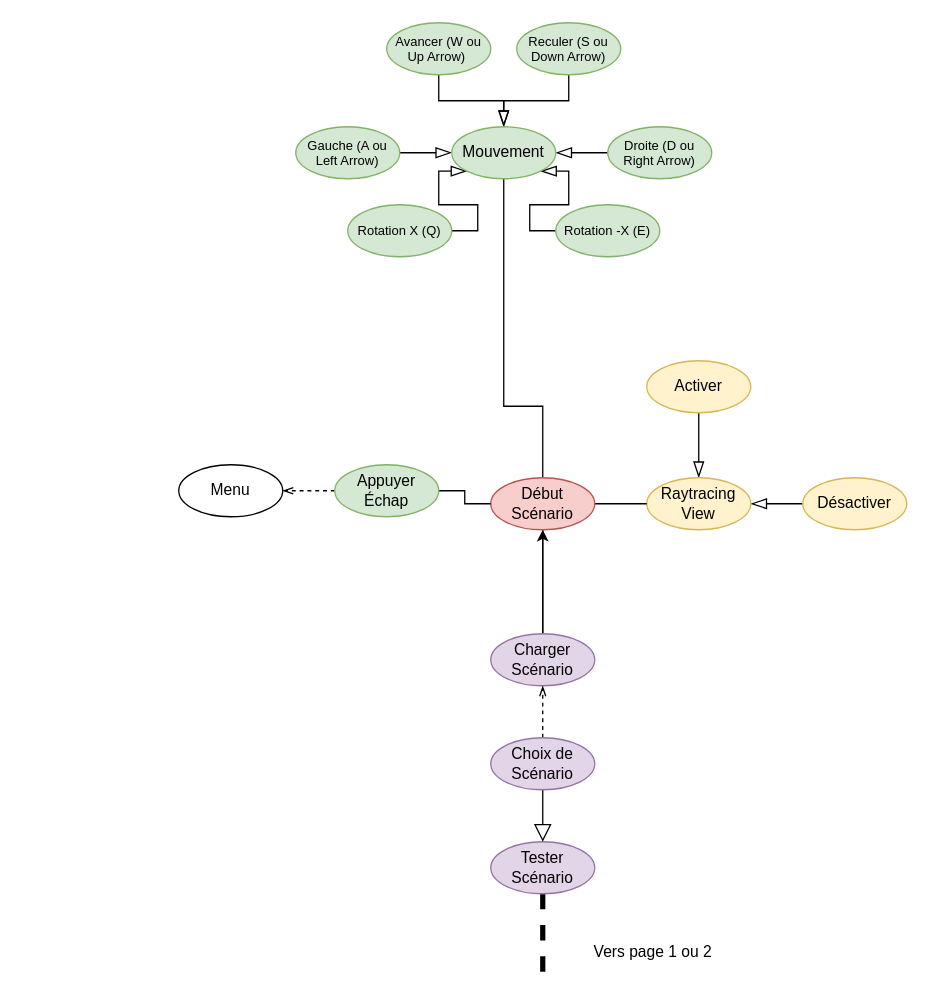
Above: doc/UML/draw_format/UML_simulation_mode.drawio in Cemecla/Acoustic-Tracing (draw.io), before the change. Source tidied: cells renumbered, new cells numbered last; positions are measured from the earlier drawing's top-left corner, leaving out a move shared by most shapes. Both pictures are drawn from the tidied source at 130%, with x=0, y=0 at pixel (178, 22).
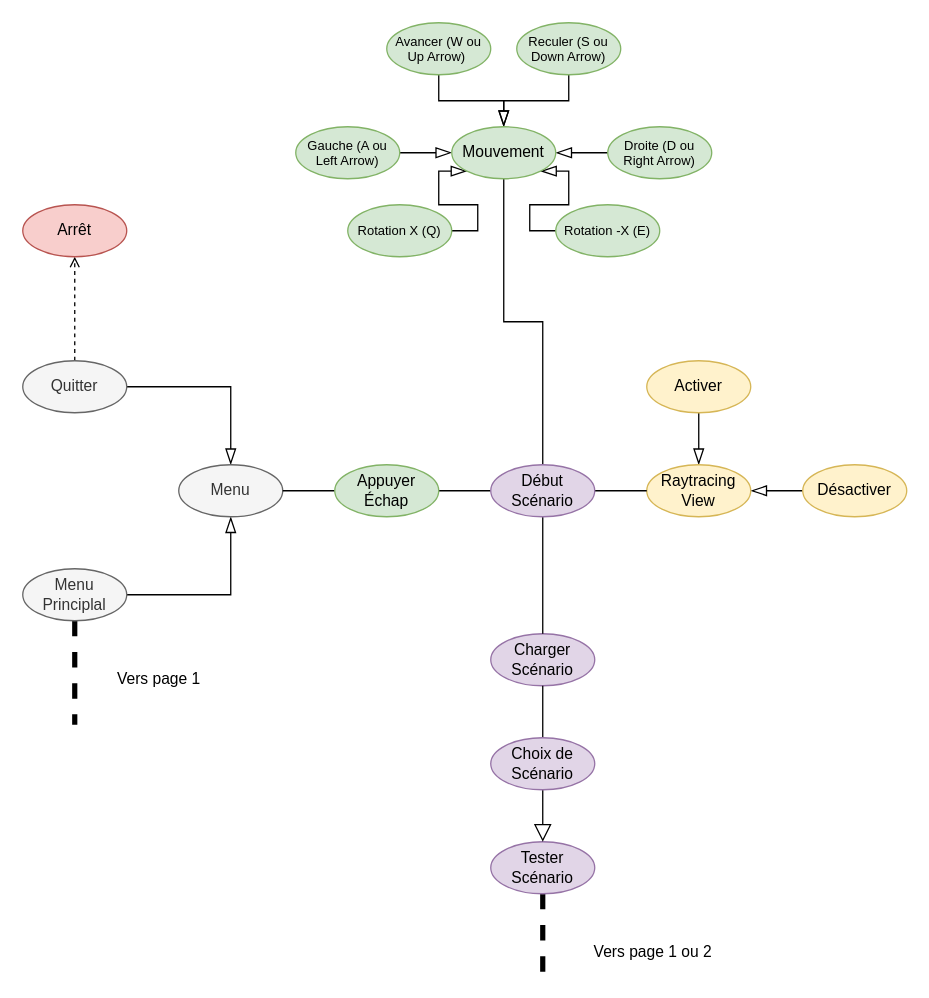
The same page after the edit.

The change refers to these unchanged cells:
```xml
<mxCell id="6" value="Charger Scénario" style="ellipse;whiteSpace=wrap;html=1;fillColor=#e1d5e7;strokeColor=#9673a6;" parent="1" vertex="1">
  <mxGeometry x="240" y="470" width="80" height="40" as="geometry" />
</mxCell>
<mxCell id="14" value="Mouvement" style="ellipse;whiteSpace=wrap;html=1;fillColor=#d5e8d4;strokeColor=#82b366;" parent="1" vertex="1">
  <mxGeometry x="210" y="80" width="80" height="40" as="geometry" />
</mxCell>
<mxCell id="20" value="Choix de Scénario" style="ellipse;whiteSpace=wrap;html=1;fillColor=#e1d5e7;strokeColor=#9673a6;" parent="1" vertex="1">
  <mxGeometry x="240" y="550" width="80" height="40" as="geometry" />
</mxCell>
<mxCell id="32" value="Appuyer Échap" style="ellipse;whiteSpace=wrap;html=1;fillColor=#d5e8d4;strokeColor=#82b366;" parent="1" vertex="1">
  <mxGeometry x="120" y="340" width="80" height="40" as="geometry" />
</mxCell>
```

What changed in the source:
```diff
@@
-    <mxCell id="4" style="edgeStyle=orthogonalEdgeStyle;rounded=0;jettySize=auto;html=1;endArrow=none;startFill=0;" parent="1" edge="1" source="6" target="14">
+    <mxCell id="4" style="edgeStyle=orthogonalEdgeStyle;rounded=0;jettySize=auto;html=1;endArrow=none;startFill=0;" parent="1" edge="1" source="28" target="14">
       <mxGeometry relative="1" as="geometry" />
     </mxCell>
-    <mxCell id="5" style="edgeStyle=orthogonalEdgeStyle;rounded=0;jettySize=auto;html=1;" parent="1" edge="1" source="6" target="28">
-      <mxGeometry relative="1" as="geometry" />
-    </mxCell>
@@
+    <mxCell id="35" style="edgeStyle=orthogonalEdgeStyle;rounded=0;jettySize=auto;html=1;exitX=0.5;exitY=1;exitDx=0;exitDy=0;entryX=1;entryY=0.5;entryDx=0;entryDy=0;endArrow=none;startFill=0;startArrow=blockThin;jumpSize=6;endSize=6;startSize=10;" parent="1" edge="1" source="7" target="38">
+      <mxGeometry relative="1" as="geometry" />
+    </mxCell>
+    <mxCell id="36" style="edgeStyle=orthogonalEdgeStyle;rounded=0;jettySize=auto;html=1;exitX=0.5;exitY=0;exitDx=0;exitDy=0;entryX=1;entryY=0.5;entryDx=0;entryDy=0;endArrow=none;startFill=0;startArrow=blockThin;startSize=10;" parent="1" edge="1" source="7" target="40">
+      <mxGeometry relative="1" as="geometry" />
+    </mxCell>
-    <mxCell id="7" value="Menu" style="ellipse;whiteSpace=wrap;html=1;" parent="1" vertex="1">
+    <mxCell id="7" value="Menu" style="ellipse;whiteSpace=wrap;html=1;fillColor=#f5f5f5;fontColor=#333333;strokeColor=#666666;" parent="1" vertex="1">
       <mxGeometry y="340" width="80" height="40" as="geometry" />
     </mxCell>
@@
     <mxCell id="17" value="Raytracing View" style="ellipse;whiteSpace=wrap;html=1;fillColor=#fff2cc;strokeColor=#d6b656;" parent="1" vertex="1">
-      <mxGeometry x="360" y="350" width="80" height="40" as="geometry" />
+      <mxGeometry x="360" y="340" width="80" height="40" as="geometry" />
     </mxCell>
-    <mxCell id="18" style="edgeStyle=orthogonalEdgeStyle;rounded=0;jettySize=auto;html=1;entryX=0.5;entryY=1;entryDx=0;entryDy=0;dashed=1;endArrow=openThin;endFill=0;" parent="1" edge="1" source="20" target="6">
+    <mxCell id="18" style="edgeStyle=orthogonalEdgeStyle;rounded=0;jettySize=auto;html=1;entryX=0.5;entryY=1;entryDx=0;entryDy=0;endArrow=none;endFill=0;startArrow=none;startFill=0;" parent="1" edge="1" source="20" target="6">
       <mxGeometry relative="1" as="geometry" />
     </mxCell>
@@
     <mxCell id="22" value="Désactiver" style="ellipse;whiteSpace=wrap;html=1;fillColor=#fff2cc;strokeColor=#d6b656;" parent="1" vertex="1">
-      <mxGeometry x="480" y="350" width="80" height="40" as="geometry" />
+      <mxGeometry x="480" y="340" width="80" height="40" as="geometry" />
     </mxCell>
@@
-    <mxCell id="28" value="Début Scénario" style="ellipse;whiteSpace=wrap;html=1;fillColor=#f8cecc;strokeColor=#b85450;" parent="1" vertex="1">
-      <mxGeometry x="240" y="350" width="80" height="40" as="geometry" />
-    </mxCell>
@@
-    <mxCell id="31" style="edgeStyle=orthogonalEdgeStyle;rounded=0;jettySize=auto;html=1;entryX=1;entryY=0.5;entryDx=0;entryDy=0;dashed=1;endArrow=openThin;endFill=0;" parent="1" edge="1" source="32" target="7">
+    <mxCell id="31" style="edgeStyle=orthogonalEdgeStyle;rounded=0;jettySize=auto;html=1;entryX=1;entryY=0.5;entryDx=0;entryDy=0;endArrow=none;endFill=0;startFill=0;" parent="1" edge="1" source="32" target="7">
       <mxGeometry relative="1" as="geometry" />
     </mxCell>
@@
+    <mxCell id="37" style="edgeStyle=orthogonalEdgeStyle;rounded=0;jettySize=auto;html=1;exitX=0.5;exitY=1;exitDx=0;exitDy=0;strokeWidth=4;dashed=1;endArrow=none;startFill=0;" parent="1" edge="1" source="38">
+      <mxGeometry relative="1" as="geometry">
+        <mxPoint x="-80" y="540" as="targetPoint" />
+      </mxGeometry>
+    </mxCell>
+    <mxCell id="38" value="Menu Principlal" style="ellipse;whiteSpace=wrap;html=1;fillColor=#f5f5f5;fontColor=#333333;strokeColor=#666666;" parent="1" vertex="1">
+      <mxGeometry x="-120" y="420" width="80" height="40" as="geometry" />
+    </mxCell>
+    <mxCell id="39" style="edgeStyle=orthogonalEdgeStyle;rounded=0;jettySize=auto;html=1;entryX=0.5;entryY=1;entryDx=0;entryDy=0;dashed=1;endArrow=open;endFill=0;" parent="1" edge="1" source="40" target="41">
+      <mxGeometry relative="1" as="geometry" />
+    </mxCell>
+    <mxCell id="40" value="Quitter" style="ellipse;whiteSpace=wrap;html=1;fillColor=#f5f5f5;fontColor=#333333;strokeColor=#666666;" parent="1" vertex="1">
+      <mxGeometry x="-120" y="260" width="80" height="40" as="geometry" />
+    </mxCell>
+    <mxCell id="41" value="Arrêt" style="ellipse;whiteSpace=wrap;html=1;fillColor=#f8cecc;strokeColor=#b85450;" parent="1" vertex="1">
+      <mxGeometry x="-120" y="140" width="80" height="40" as="geometry" />
+    </mxCell>
+    <mxCell id="42" value="Vers page 1" style="text;html=1;align=center;verticalAlign=middle;whiteSpace=wrap;rounded=0;" parent="1" vertex="1">
+      <mxGeometry x="-70" y="490" width="110" height="30" as="geometry" />
+    </mxCell>
+    <mxCell id="5" style="edgeStyle=orthogonalEdgeStyle;rounded=0;jettySize=auto;html=1;endArrow=none;startFill=0;" parent="1" edge="1" source="6" target="28">
+      <mxGeometry relative="1" as="geometry" />
+    </mxCell>
+    <mxCell id="28" value="Début Scénario" style="ellipse;whiteSpace=wrap;html=1;fillColor=#e1d5e7;strokeColor=#9673a6;" parent="1" vertex="1">
+      <mxGeometry x="240" y="340" width="80" height="40" as="geometry" />
+    </mxCell>
```
